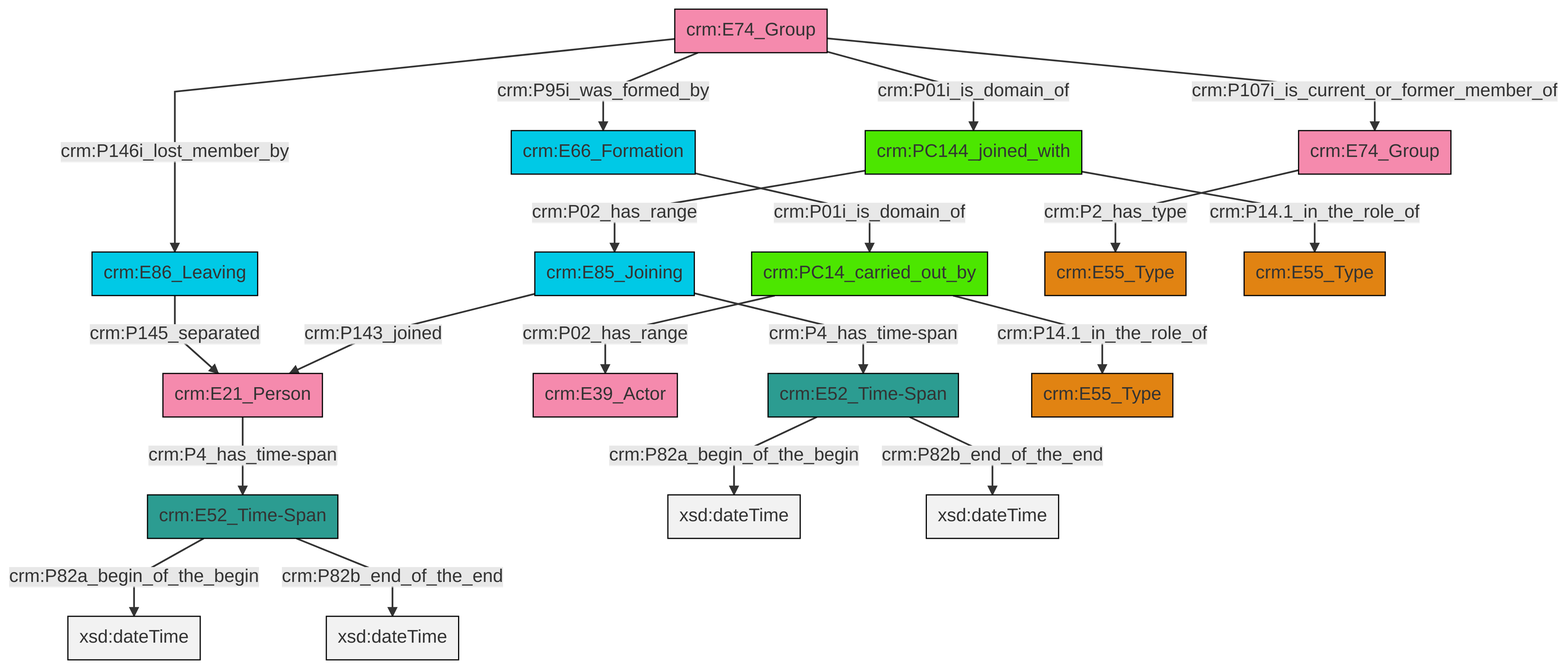
Before: et/groupCSV/ttl/mmd/png/group_actor_relations.png, a diagram exported from Mermaid (swiss-art-research-net/docs.swissartresearch). Its source is kept beside it as et/groupCSV/ttl/mmd/group_actor_relations.ttl.mmd.
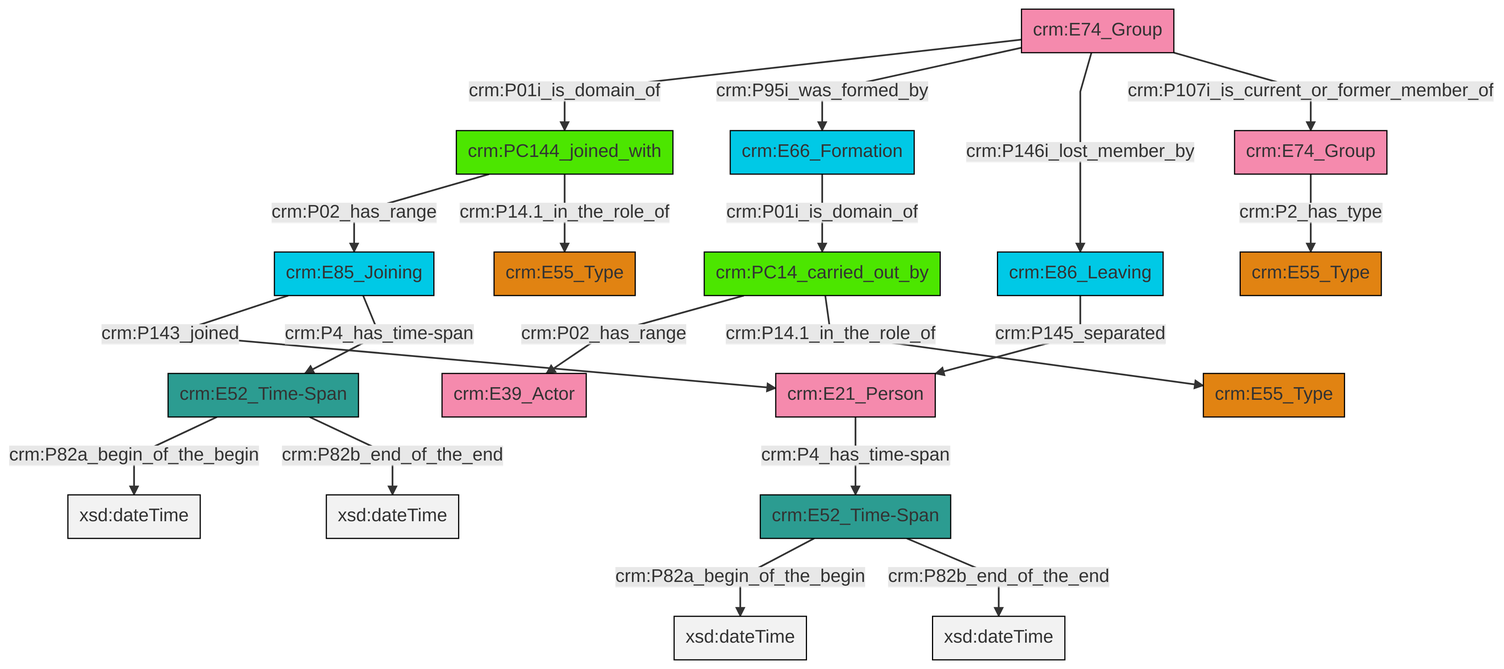
After the change.

Diff of the diagram source:
```diff
@@ -14,20 +14,20 @@
 classDef Multi fill:#cccccc,stroke:#000000;
 
 0["crm:E74_Group"]:::Actor -->|crm:P01i_is_domain_of| 1["crm:PC144_joined_with"]:::PC_Classes
-2["crm:E86_Leaving"]:::Temporal_Entity -->|crm:P145_separated| 3["crm:E21_Person"]:::Actor
-4["crm:E66_Formation"]:::Temporal_Entity -->|crm:P01i_is_domain_of| 5["crm:PC14_carried_out_by"]:::PC_Classes
-6["crm:E85_Joining"]:::Temporal_Entity -->|crm:P143_joined| 3["crm:E21_Person"]:::Actor
-3["crm:E21_Person"]:::Actor -->|crm:P4_has_time-span| 8["crm:E52_Time-Span"]:::Time-Span
-1["crm:PC144_joined_with"]:::PC_Classes -->|crm:P02_has_range| 6["crm:E85_Joining"]:::Temporal_Entity
-5["crm:PC14_carried_out_by"]:::PC_Classes -->|crm:P02_has_range| 10["crm:E39_Actor"]:::Actor
-0["crm:E74_Group"]:::Actor -->|crm:P95i_was_formed_by| 4["crm:E66_Formation"]:::Temporal_Entity
-8["crm:E52_Time-Span"]:::Time-Span -->|crm:P82a_begin_of_the_begin| 16[xsd:dateTime]:::Literal
-17["crm:E52_Time-Span"]:::Time-Span -->|crm:P82a_begin_of_the_begin| 18[xsd:dateTime]:::Literal
-8["crm:E52_Time-Span"]:::Time-Span -->|crm:P82b_end_of_the_end| 19[xsd:dateTime]:::Literal
-1["crm:PC144_joined_with"]:::PC_Classes -->|crm:P14.1_in_the_role_of| 22["crm:E55_Type"]:::Type
-0["crm:E74_Group"]:::Actor -->|crm:P146i_lost_member_by| 2["crm:E86_Leaving"]:::Temporal_Entity
-5["crm:PC14_carried_out_by"]:::PC_Classes -->|crm:P14.1_in_the_role_of| 20["crm:E55_Type"]:::Type
-6["crm:E85_Joining"]:::Temporal_Entity -->|crm:P4_has_time-span| 17["crm:E52_Time-Span"]:::Time-Span
-0["crm:E74_Group"]:::Actor -->|crm:P107i_is_current_or_former_member_of| 27["crm:E74_Group"]:::Actor
-27["crm:E74_Group"]:::Actor -->|crm:P2_has_type| 13["crm:E55_Type"]:::Type
-17["crm:E52_Time-Span"]:::Time-Span -->|crm:P82b_end_of_the_end| 33[xsd:dateTime]:::Literal
+9["crm:PC14_carried_out_by"]:::PC_Classes -->|crm:P02_has_range| 5["crm:E39_Actor"]:::Actor
+0["crm:E74_Group"]:::Actor -->|crm:P95i_was_formed_by| 12["crm:E66_Formation"]:::Temporal_Entity
+0["crm:E74_Group"]:::Actor -->|crm:P146i_lost_member_by| 15["crm:E86_Leaving"]:::Temporal_Entity
+10["crm:E21_Person"]:::Actor -->|crm:P4_has_time-span| 7["crm:E52_Time-Span"]:::Time-Span
+7["crm:E52_Time-Span"]:::Time-Span -->|crm:P82a_begin_of_the_begin| 16[xsd:dateTime]:::Literal
+1["crm:PC144_joined_with"]:::PC_Classes -->|crm:P02_has_range| 21["crm:E85_Joining"]:::Temporal_Entity
+9["crm:PC14_carried_out_by"]:::PC_Classes -->|crm:P14.1_in_the_role_of| 22["crm:E55_Type"]:::Type
+19["crm:E52_Time-Span"]:::Time-Span -->|crm:P82a_begin_of_the_begin| 26[xsd:dateTime]:::Literal
+21["crm:E85_Joining"]:::Temporal_Entity -->|crm:P143_joined| 10["crm:E21_Person"]:::Actor
+2["crm:E74_Group"]:::Actor -->|crm:P2_has_type| 28["crm:E55_Type"]:::Type
+0["crm:E74_Group"]:::Actor -->|crm:P107i_is_current_or_former_member_of| 2["crm:E74_Group"]:::Actor
+7["crm:E52_Time-Span"]:::Time-Span -->|crm:P82b_end_of_the_end| 31[xsd:dateTime]:::Literal
+15["crm:E86_Leaving"]:::Temporal_Entity -->|crm:P145_separated| 10["crm:E21_Person"]:::Actor
+19["crm:E52_Time-Span"]:::Time-Span -->|crm:P82b_end_of_the_end| 33[xsd:dateTime]:::Literal
+1["crm:PC144_joined_with"]:::PC_Classes -->|crm:P14.1_in_the_role_of| 13["crm:E55_Type"]:::Type
+12["crm:E66_Formation"]:::Temporal_Entity -->|crm:P01i_is_domain_of| 9["crm:PC14_carried_out_by"]:::PC_Classes
+21["crm:E85_Joining"]:::Temporal_Entity -->|crm:P4_has_time-span| 19["crm:E52_Time-Span"]:::Time-Span
```
